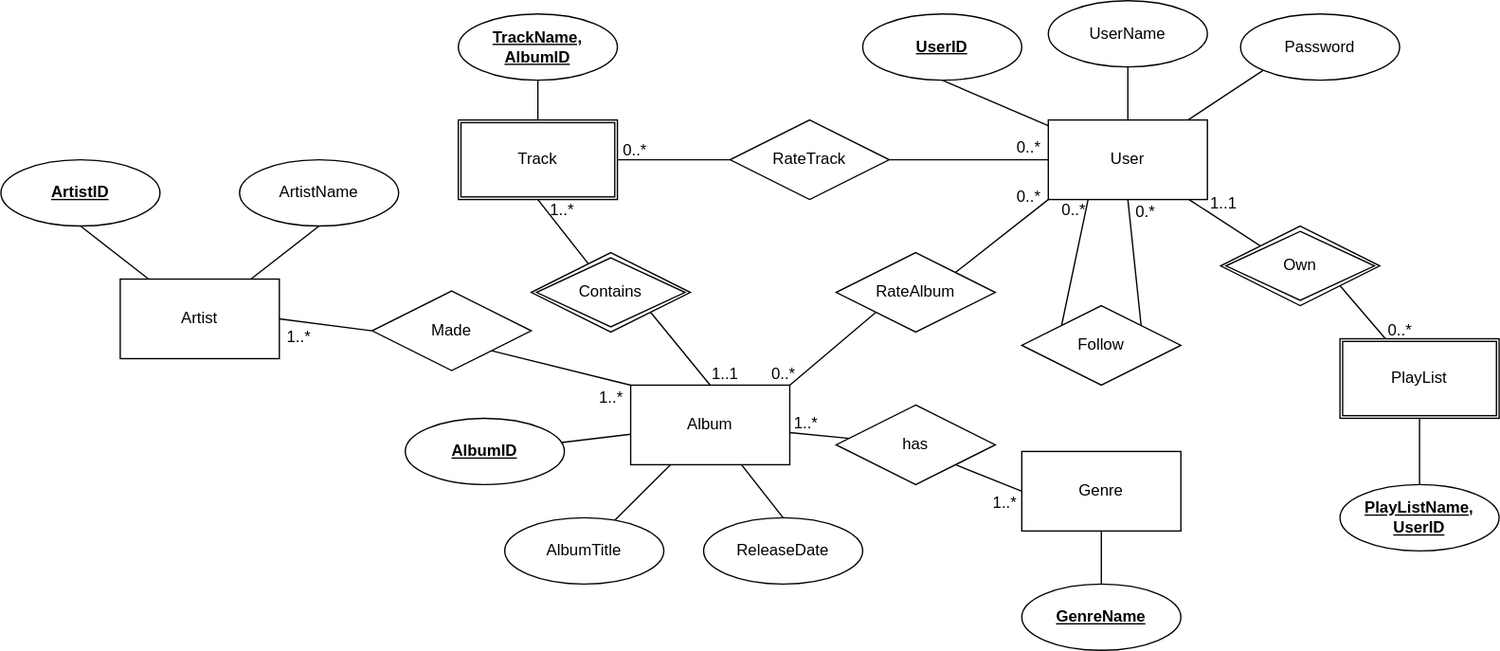
cs411-alawini/sp24-cs411-team003-DROPDATABASE keeps this draw.io diagram as doc/er_diagram.svg. Above is the earlier version. Source tidied: cells renumbered, new cells last; positions are measured from the earlier drawing's top-left corner, leaving out a move shared by most shapes. Its diagram source:
```xml
<mxGraphModel>
  <root>
    <mxCell id="0" />
    <mxCell id="1" parent="0" />
    <mxCell id="2" value="User" style="whiteSpace=wrap;html=1;" parent="1" vertex="1">
      <mxGeometry x="790" y="90" width="120" height="60" as="geometry" />
    </mxCell>
    <mxCell id="3" style="edgeStyle=none;rounded=0;jettySize=auto;html=1;exitX=0.5;exitY=1;exitDx=0;exitDy=0;endArrow=none;endFill=0;" parent="1" edge="1" source="4" target="2">
      <mxGeometry relative="1" as="geometry" />
    </mxCell>
    <mxCell id="4" value="UserID" style="ellipse;whiteSpace=wrap;html=1;fontStyle=5;" parent="1" vertex="1">
      <mxGeometry x="650" y="10" width="120" height="50" as="geometry" />
    </mxCell>
    <mxCell id="5" style="edgeStyle=none;rounded=0;jettySize=auto;html=1;endArrow=none;endFill=0;" parent="1" edge="1" source="6" target="2">
      <mxGeometry relative="1" as="geometry" />
    </mxCell>
    <mxCell id="6" value="UserName" style="ellipse;whiteSpace=wrap;html=1;" parent="1" vertex="1">
      <mxGeometry x="790" width="120" height="50" as="geometry" />
    </mxCell>
    <mxCell id="7" style="edgeStyle=none;rounded=0;jettySize=auto;html=1;exitX=0;exitY=1;exitDx=0;exitDy=0;endArrow=none;endFill=0;" parent="1" edge="1" source="8" target="2">
      <mxGeometry relative="1" as="geometry" />
    </mxCell>
    <mxCell id="8" value="Password" style="ellipse;whiteSpace=wrap;html=1;" parent="1" vertex="1">
      <mxGeometry x="935" y="10" width="120" height="50" as="geometry" />
    </mxCell>
    <mxCell id="9" value="Album" style="whiteSpace=wrap;html=1;" parent="1" vertex="1">
      <mxGeometry x="475" y="290" width="120" height="60" as="geometry" />
    </mxCell>
    <mxCell id="10" style="edgeStyle=none;rounded=0;jettySize=auto;html=1;endArrow=none;endFill=0;" parent="1" edge="1" source="11" target="9">
      <mxGeometry relative="1" as="geometry" />
    </mxCell>
    <mxCell id="11" value="AlbumID" style="ellipse;whiteSpace=wrap;html=1;fontStyle=5;" parent="1" vertex="1">
      <mxGeometry x="305" y="315" width="120" height="50" as="geometry" />
    </mxCell>
    <mxCell id="12" style="edgeStyle=none;rounded=0;jettySize=auto;html=1;endArrow=none;endFill=0;" parent="1" edge="1" source="13" target="9">
      <mxGeometry relative="1" as="geometry" />
    </mxCell>
    <mxCell id="13" value="AlbumTitle" style="ellipse;whiteSpace=wrap;html=1;" parent="1" vertex="1">
      <mxGeometry x="380" y="390" width="120" height="50" as="geometry" />
    </mxCell>
    <mxCell id="14" style="edgeStyle=none;rounded=0;jettySize=auto;html=1;exitX=0.5;exitY=0;exitDx=0;exitDy=0;endArrow=none;endFill=0;" parent="1" edge="1" source="15" target="9">
      <mxGeometry relative="1" as="geometry" />
    </mxCell>
    <mxCell id="15" value="ReleaseDate" style="ellipse;whiteSpace=wrap;html=1;" parent="1" vertex="1">
      <mxGeometry x="530" y="390" width="120" height="50" as="geometry" />
    </mxCell>
    <mxCell id="16" style="edgeStyle=none;rounded=0;jettySize=auto;html=1;exitX=0.5;exitY=0;exitDx=0;exitDy=0;endArrow=none;endFill=0;" parent="1" edge="1" source="17">
      <mxGeometry relative="1" as="geometry">
        <mxPoint x="405" y="90" as="targetPoint" />
      </mxGeometry>
    </mxCell>
    <mxCell id="17" value="&lt;b&gt;&lt;u&gt;TrackName,&lt;br&gt;AlbumID&lt;/u&gt;&lt;/b&gt;" style="ellipse;whiteSpace=wrap;html=1;" parent="1" vertex="1">
      <mxGeometry x="345" y="10" width="120" height="50" as="geometry" />
    </mxCell>
    <mxCell id="18" value="PlayList" style="shape=ext;double=1;rounded=0;whiteSpace=wrap;html=1;" parent="1" vertex="1">
      <mxGeometry x="1010" y="255" width="120" height="60" as="geometry" />
    </mxCell>
    <mxCell id="19" style="edgeStyle=none;rounded=0;jettySize=auto;html=1;endArrow=none;endFill=0;" parent="1" edge="1" source="20" target="18">
      <mxGeometry relative="1" as="geometry" />
    </mxCell>
    <mxCell id="20" value="&lt;b&gt;&lt;u&gt;PlayListName,&lt;br&gt;UserID&lt;/u&gt;&lt;/b&gt;" style="ellipse;whiteSpace=wrap;html=1;" parent="1" vertex="1">
      <mxGeometry x="1010" y="365" width="120" height="50" as="geometry" />
    </mxCell>
    <mxCell id="21" style="edgeStyle=none;rounded=0;jettySize=auto;html=1;exitX=1;exitY=1;exitDx=0;exitDy=0;endArrow=none;endFill=0;" parent="1" edge="1" source="23" target="18">
      <mxGeometry relative="1" as="geometry" />
    </mxCell>
    <mxCell id="22" style="edgeStyle=none;rounded=0;jettySize=auto;html=1;exitX=0;exitY=0;exitDx=0;exitDy=0;endArrow=none;endFill=0;" parent="1" edge="1" source="23" target="2">
      <mxGeometry relative="1" as="geometry" />
    </mxCell>
    <mxCell id="23" value="Own" style="shape=rhombus;double=1;perimeter=rhombusPerimeter;whiteSpace=wrap;html=1;align=center;" parent="1" vertex="1">
      <mxGeometry x="920" y="170" width="120" height="60" as="geometry" />
    </mxCell>
    <mxCell id="24" style="edgeStyle=none;rounded=0;jettySize=auto;html=1;endArrow=none;endFill=0;entryX=0.5;entryY=1;entryDx=0;entryDy=0;" parent="1" edge="1" source="26" target="64">
      <mxGeometry relative="1" as="geometry" />
    </mxCell>
    <mxCell id="25" style="edgeStyle=none;rounded=0;jettySize=auto;html=1;exitX=1;exitY=1;exitDx=0;exitDy=0;entryX=0.5;entryY=0;entryDx=0;entryDy=0;endArrow=none;endFill=0;" parent="1" edge="1" source="26" target="9">
      <mxGeometry relative="1" as="geometry" />
    </mxCell>
    <mxCell id="26" value="Contains" style="shape=rhombus;double=1;perimeter=rhombusPerimeter;whiteSpace=wrap;html=1;align=center;" parent="1" vertex="1">
      <mxGeometry x="400" y="190" width="120" height="60" as="geometry" />
    </mxCell>
    <mxCell id="27" style="edgeStyle=none;rounded=0;jettySize=auto;html=1;exitX=1;exitY=0.5;exitDx=0;exitDy=0;entryX=0;entryY=0.5;entryDx=0;entryDy=0;endArrow=none;endFill=0;" parent="1" edge="1" source="29" target="2">
      <mxGeometry relative="1" as="geometry" />
    </mxCell>
    <mxCell id="28" style="edgeStyle=none;rounded=0;jettySize=auto;html=1;exitX=0;exitY=0.5;exitDx=0;exitDy=0;entryX=1;entryY=0.5;entryDx=0;entryDy=0;endArrow=none;endFill=0;" parent="1" edge="1" source="29" target="64">
      <mxGeometry relative="1" as="geometry" />
    </mxCell>
    <mxCell id="29" value="RateTrack" style="shape=rhombus;perimeter=rhombusPerimeter;whiteSpace=wrap;html=1;align=center;" parent="1" vertex="1">
      <mxGeometry x="550" y="90" width="120" height="60" as="geometry" />
    </mxCell>
    <mxCell id="30" style="edgeStyle=none;rounded=0;jettySize=auto;html=1;exitX=1;exitY=0;exitDx=0;exitDy=0;entryX=0;entryY=1;entryDx=0;entryDy=0;endArrow=none;endFill=0;" parent="1" edge="1" source="32" target="2">
      <mxGeometry relative="1" as="geometry" />
    </mxCell>
    <mxCell id="31" style="edgeStyle=none;rounded=0;jettySize=auto;html=1;exitX=0;exitY=1;exitDx=0;exitDy=0;entryX=1;entryY=0;entryDx=0;entryDy=0;endArrow=none;endFill=0;" parent="1" edge="1" source="32" target="9">
      <mxGeometry relative="1" as="geometry" />
    </mxCell>
    <mxCell id="32" value="RateAlbum" style="shape=rhombus;perimeter=rhombusPerimeter;whiteSpace=wrap;html=1;align=center;" parent="1" vertex="1">
      <mxGeometry x="630" y="190" width="120" height="60" as="geometry" />
    </mxCell>
    <mxCell id="33" style="edgeStyle=none;rounded=0;jettySize=auto;html=1;exitX=0;exitY=0;exitDx=0;exitDy=0;entryX=0.25;entryY=1;entryDx=0;entryDy=0;endArrow=none;endFill=0;" parent="1" edge="1" source="35" target="2">
      <mxGeometry relative="1" as="geometry" />
    </mxCell>
    <mxCell id="34" style="edgeStyle=none;rounded=0;jettySize=auto;html=1;exitX=1;exitY=0;exitDx=0;exitDy=0;endArrow=none;endFill=0;entryX=0.5;entryY=1;entryDx=0;entryDy=0;" parent="1" edge="1" source="35" target="2">
      <mxGeometry relative="1" as="geometry" />
    </mxCell>
    <mxCell id="35" value="Follow" style="shape=rhombus;perimeter=rhombusPerimeter;whiteSpace=wrap;html=1;align=center;" parent="1" vertex="1">
      <mxGeometry x="770" y="230" width="120" height="60" as="geometry" />
    </mxCell>
    <mxCell id="36" style="edgeStyle=none;rounded=0;jettySize=auto;html=1;endArrow=none;endFill=0;" parent="1" edge="1" source="37" target="38">
      <mxGeometry relative="1" as="geometry" />
    </mxCell>
    <mxCell id="37" value="Genre" style="whiteSpace=wrap;html=1;" parent="1" vertex="1">
      <mxGeometry x="770" y="340" width="120" height="60" as="geometry" />
    </mxCell>
    <mxCell id="38" value="&lt;b&gt;&lt;u&gt;GenreName&lt;/u&gt;&lt;/b&gt;" style="ellipse;whiteSpace=wrap;html=1;" parent="1" vertex="1">
      <mxGeometry x="770" y="440" width="120" height="50" as="geometry" />
    </mxCell>
    <mxCell id="39" style="edgeStyle=none;rounded=0;jettySize=auto;html=1;endArrow=none;endFill=0;" parent="1" edge="1" source="41" target="9">
      <mxGeometry relative="1" as="geometry" />
    </mxCell>
    <mxCell id="40" style="edgeStyle=none;rounded=0;jettySize=auto;html=1;exitX=1;exitY=1;exitDx=0;exitDy=0;entryX=0;entryY=0.5;entryDx=0;entryDy=0;endArrow=none;endFill=0;" parent="1" edge="1" source="41" target="37">
      <mxGeometry relative="1" as="geometry" />
    </mxCell>
    <mxCell id="41" value="has" style="shape=rhombus;perimeter=rhombusPerimeter;whiteSpace=wrap;html=1;align=center;" parent="1" vertex="1">
      <mxGeometry x="630" y="305" width="120" height="60" as="geometry" />
    </mxCell>
    <mxCell id="42" style="edgeStyle=none;rounded=0;jettySize=auto;html=1;exitX=1;exitY=0.5;exitDx=0;exitDy=0;entryX=0;entryY=0.5;entryDx=0;entryDy=0;endArrow=none;endFill=0;" parent="1" edge="1" source="43" target="49">
      <mxGeometry relative="1" as="geometry" />
    </mxCell>
    <mxCell id="43" value="Artist" style="whiteSpace=wrap;html=1;" parent="1" vertex="1">
      <mxGeometry x="90" y="210" width="120" height="60" as="geometry" />
    </mxCell>
    <mxCell id="44" style="edgeStyle=none;rounded=0;jettySize=auto;html=1;exitX=0.5;exitY=1;exitDx=0;exitDy=0;endArrow=none;endFill=0;" parent="1" edge="1" source="45" target="43">
      <mxGeometry relative="1" as="geometry" />
    </mxCell>
    <mxCell id="45" value="ArtistID" style="ellipse;whiteSpace=wrap;html=1;fontStyle=5;" parent="1" vertex="1">
      <mxGeometry y="120" width="120" height="50" as="geometry" />
    </mxCell>
    <mxCell id="46" style="edgeStyle=none;rounded=0;jettySize=auto;html=1;exitX=0.5;exitY=1;exitDx=0;exitDy=0;endArrow=none;endFill=0;" parent="1" edge="1" source="47" target="43">
      <mxGeometry relative="1" as="geometry" />
    </mxCell>
    <mxCell id="47" value="ArtistName" style="ellipse;whiteSpace=wrap;html=1;fontStyle=0;" parent="1" vertex="1">
      <mxGeometry x="180" y="120" width="120" height="50" as="geometry" />
    </mxCell>
    <mxCell id="48" style="edgeStyle=none;rounded=0;jettySize=auto;html=1;exitX=1;exitY=1;exitDx=0;exitDy=0;entryX=0;entryY=0;entryDx=0;entryDy=0;endArrow=none;endFill=0;" parent="1" edge="1" source="49" target="9">
      <mxGeometry relative="1" as="geometry" />
    </mxCell>
    <mxCell id="49" value="Made" style="shape=rhombus;perimeter=rhombusPerimeter;whiteSpace=wrap;html=1;align=center;" parent="1" vertex="1">
      <mxGeometry x="280" y="219" width="120" height="60" as="geometry" />
    </mxCell>
    <mxCell id="50" value="1..*" style="text;strokeColor=none;fillColor=none;spacingLeft=4;spacingRight=4;overflow=hidden;fontSize=12;whiteSpace=wrap;html=1;" parent="1" vertex="1">
      <mxGeometry x="210" y="240" width="30" height="20" as="geometry" />
    </mxCell>
    <mxCell id="51" value="1..*" style="text;html=1;align=center;verticalAlign=middle;strokeColor=none;fillColor=none;" parent="1" vertex="1">
      <mxGeometry x="440" y="285" width="40" height="30" as="geometry" />
    </mxCell>
    <mxCell id="52" value="1..*" style="text;html=1;align=center;verticalAlign=middle;strokeColor=none;fillColor=none;" parent="1" vertex="1">
      <mxGeometry x="587" y="304" width="40" height="30" as="geometry" />
    </mxCell>
    <mxCell id="53" value="1..*" style="text;html=1;align=center;verticalAlign=middle;strokeColor=none;fillColor=none;" parent="1" vertex="1">
      <mxGeometry x="737" y="364" width="40" height="30" as="geometry" />
    </mxCell>
    <mxCell id="54" value="1..1" style="text;html=1;align=center;verticalAlign=middle;strokeColor=none;fillColor=none;" parent="1" vertex="1">
      <mxGeometry x="526" y="267" width="40" height="30" as="geometry" />
    </mxCell>
    <mxCell id="55" value="1..*" style="text;html=1;align=center;verticalAlign=middle;strokeColor=none;fillColor=none;" parent="1" vertex="1">
      <mxGeometry x="403" y="143" width="40" height="30" as="geometry" />
    </mxCell>
    <mxCell id="56" value="0..*" style="text;html=1;align=center;verticalAlign=middle;strokeColor=none;fillColor=none;" parent="1" vertex="1">
      <mxGeometry x="570" y="267" width="40" height="30" as="geometry" />
    </mxCell>
    <mxCell id="57" value="0..*" style="text;html=1;align=center;verticalAlign=middle;strokeColor=none;fillColor=none;" parent="1" vertex="1">
      <mxGeometry x="755" y="133" width="40" height="30" as="geometry" />
    </mxCell>
    <mxCell id="58" value="0..*" style="text;html=1;align=center;verticalAlign=middle;strokeColor=none;fillColor=none;" parent="1" vertex="1">
      <mxGeometry x="789" y="143" width="40" height="30" as="geometry" />
    </mxCell>
    <mxCell id="59" value="0.*" style="text;html=1;align=center;verticalAlign=middle;strokeColor=none;fillColor=none;" parent="1" vertex="1">
      <mxGeometry x="843" y="145" width="40" height="30" as="geometry" />
    </mxCell>
    <mxCell id="60" value="1..1" style="text;html=1;align=center;verticalAlign=middle;strokeColor=none;fillColor=none;" parent="1" vertex="1">
      <mxGeometry x="902" y="138" width="40" height="30" as="geometry" />
    </mxCell>
    <mxCell id="61" value="0..*" style="text;html=1;align=center;verticalAlign=middle;strokeColor=none;fillColor=none;" parent="1" vertex="1">
      <mxGeometry x="1035" y="234" width="40" height="30" as="geometry" />
    </mxCell>
    <mxCell id="62" value="0..*" style="text;html=1;align=center;verticalAlign=middle;strokeColor=none;fillColor=none;" parent="1" vertex="1">
      <mxGeometry x="458" y="98" width="40" height="30" as="geometry" />
    </mxCell>
    <mxCell id="63" value="0..*" style="text;html=1;align=center;verticalAlign=middle;strokeColor=none;fillColor=none;" parent="1" vertex="1">
      <mxGeometry x="755" y="96" width="40" height="30" as="geometry" />
    </mxCell>
    <mxCell id="64" value="Track" style="shape=ext;double=1;rounded=0;whiteSpace=wrap;html=1;" parent="1" vertex="1">
      <mxGeometry x="345" y="90" width="120" height="60" as="geometry" />
    </mxCell>
  </root>
</mxGraphModel>
```
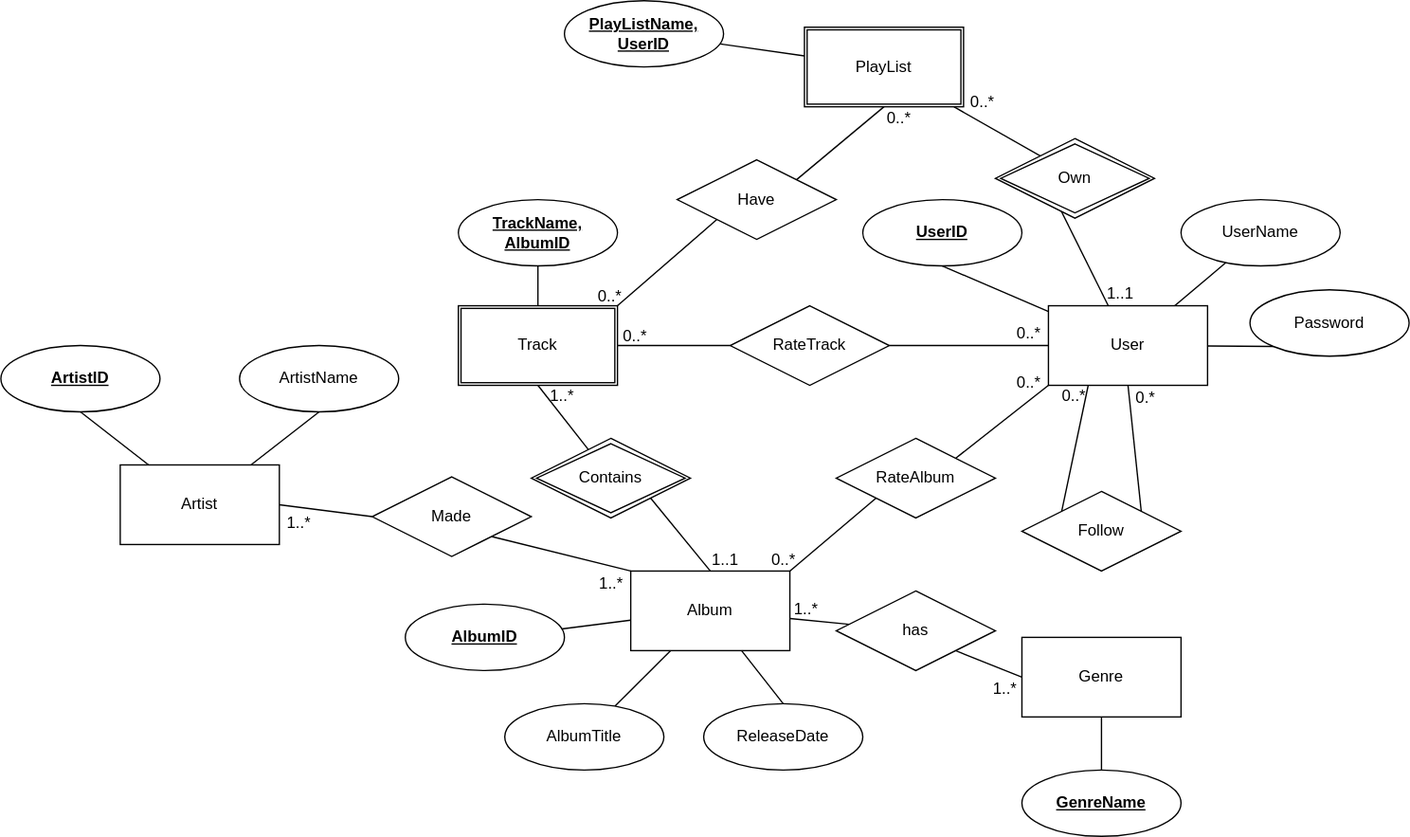
Later version of the same file.

Diff of the diagram source:
```diff
@@ -15,13 +15,13 @@
       <mxGeometry relative="1" as="geometry" />
     </mxCell>
     <mxCell id="6" value="UserName" style="ellipse;whiteSpace=wrap;html=1;" parent="1" vertex="1">
-      <mxGeometry x="790" width="120" height="50" as="geometry" />
+      <mxGeometry x="890" y="10" width="120" height="50" as="geometry" />
     </mxCell>
     <mxCell id="7" style="edgeStyle=none;rounded=0;jettySize=auto;html=1;exitX=0;exitY=1;exitDx=0;exitDy=0;endArrow=none;endFill=0;" parent="1" edge="1" source="8" target="2">
       <mxGeometry relative="1" as="geometry" />
     </mxCell>
     <mxCell id="8" value="Password" style="ellipse;whiteSpace=wrap;html=1;" parent="1" vertex="1">
-      <mxGeometry x="935" y="10" width="120" height="50" as="geometry" />
+      <mxGeometry x="942" y="78" width="120" height="50" as="geometry" />
     </mxCell>
     <mxCell id="9" value="Album" style="whiteSpace=wrap;html=1;" parent="1" vertex="1">
       <mxGeometry x="475" y="290" width="120" height="60" as="geometry" />
@@ -53,13 +53,13 @@
       <mxGeometry x="345" y="10" width="120" height="50" as="geometry" />
     </mxCell>
     <mxCell id="18" value="PlayList" style="shape=ext;double=1;rounded=0;whiteSpace=wrap;html=1;" parent="1" vertex="1">
-      <mxGeometry x="1010" y="255" width="120" height="60" as="geometry" />
+      <mxGeometry x="606" y="-120" width="120" height="60" as="geometry" />
     </mxCell>
     <mxCell id="19" style="edgeStyle=none;rounded=0;jettySize=auto;html=1;endArrow=none;endFill=0;" parent="1" edge="1" source="20" target="18">
       <mxGeometry relative="1" as="geometry" />
     </mxCell>
     <mxCell id="20" value="&lt;b&gt;&lt;u&gt;PlayListName,&lt;br&gt;UserID&lt;/u&gt;&lt;/b&gt;" style="ellipse;whiteSpace=wrap;html=1;" parent="1" vertex="1">
-      <mxGeometry x="1010" y="365" width="120" height="50" as="geometry" />
+      <mxGeometry x="425" y="-140" width="120" height="50" as="geometry" />
     </mxCell>
     <mxCell id="21" style="edgeStyle=none;rounded=0;jettySize=auto;html=1;exitX=1;exitY=1;exitDx=0;exitDy=0;endArrow=none;endFill=0;" parent="1" edge="1" source="23" target="18">
       <mxGeometry relative="1" as="geometry" />
@@ -68,7 +68,7 @@
       <mxGeometry relative="1" as="geometry" />
     </mxCell>
     <mxCell id="23" value="Own" style="shape=rhombus;double=1;perimeter=rhombusPerimeter;whiteSpace=wrap;html=1;align=center;" parent="1" vertex="1">
-      <mxGeometry x="920" y="170" width="120" height="60" as="geometry" />
+      <mxGeometry x="750" y="-36" width="120" height="60" as="geometry" />
     </mxCell>
     <mxCell id="24" style="edgeStyle=none;rounded=0;jettySize=auto;html=1;endArrow=none;endFill=0;entryX=0.5;entryY=1;entryDx=0;entryDy=0;" parent="1" edge="1" source="26" target="64">
       <mxGeometry relative="1" as="geometry" />
@@ -179,10 +179,10 @@
       <mxGeometry x="843" y="145" width="40" height="30" as="geometry" />
     </mxCell>
     <mxCell id="60" value="1..1" style="text;html=1;align=center;verticalAlign=middle;strokeColor=none;fillColor=none;" parent="1" vertex="1">
-      <mxGeometry x="902" y="138" width="40" height="30" as="geometry" />
+      <mxGeometry x="824" y="66" width="40" height="30" as="geometry" />
     </mxCell>
     <mxCell id="61" value="0..*" style="text;html=1;align=center;verticalAlign=middle;strokeColor=none;fillColor=none;" parent="1" vertex="1">
-      <mxGeometry x="1035" y="234" width="40" height="30" as="geometry" />
+      <mxGeometry x="720" y="-78" width="40" height="30" as="geometry" />
     </mxCell>
     <mxCell id="62" value="0..*" style="text;html=1;align=center;verticalAlign=middle;strokeColor=none;fillColor=none;" parent="1" vertex="1">
       <mxGeometry x="458" y="98" width="40" height="30" as="geometry" />
@@ -193,5 +193,20 @@
     <mxCell id="64" value="Track" style="shape=ext;double=1;rounded=0;whiteSpace=wrap;html=1;" parent="1" vertex="1">
       <mxGeometry x="345" y="90" width="120" height="60" as="geometry" />
     </mxCell>
+    <mxCell id="65" style="rounded=0;jettySize=auto;html=1;exitX=1;exitY=0;exitDx=0;exitDy=0;entryX=0.5;entryY=1;entryDx=0;entryDy=0;endArrow=none;endFill=0;" parent="1" edge="1" source="69" target="18">
+      <mxGeometry relative="1" as="geometry" />
+    </mxCell>
+    <mxCell id="66" style="rounded=0;jettySize=auto;html=1;exitX=0;exitY=1;exitDx=0;exitDy=0;entryX=1;entryY=0;entryDx=0;entryDy=0;endArrow=none;endFill=0;" parent="1" edge="1" source="69" target="64">
+      <mxGeometry relative="1" as="geometry" />
+    </mxCell>
+    <mxCell id="67" value="0..*" style="text;html=1;align=center;verticalAlign=middle;strokeColor=none;fillColor=none;" parent="1" vertex="1">
+      <mxGeometry x="657" y="-66" width="40" height="30" as="geometry" />
+    </mxCell>
+    <mxCell id="68" value="0..*" style="text;html=1;align=center;verticalAlign=middle;strokeColor=none;fillColor=none;" parent="1" vertex="1">
+      <mxGeometry x="439" y="68" width="40" height="30" as="geometry" />
+    </mxCell>
+    <mxCell id="69" value="Have" style="shape=rhombus;perimeter=rhombusPerimeter;whiteSpace=wrap;html=1;align=center;" parent="1" vertex="1">
+      <mxGeometry x="510" y="-20" width="120" height="60" as="geometry" />
+    </mxCell>
   </root>
 </mxGraphModel>
```
